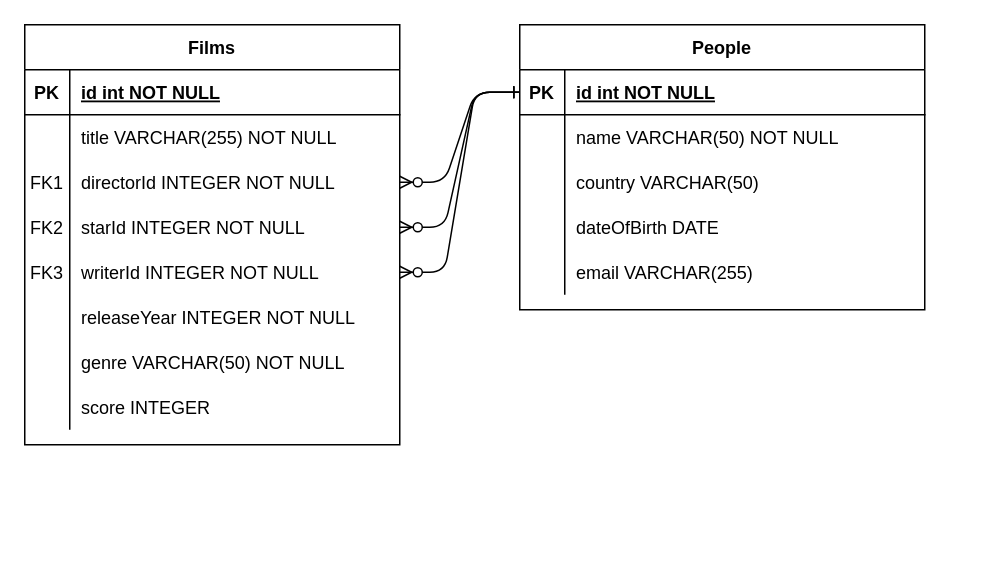
This is extension1/csharp-apis-sql-relations-and-joins.drawio from boolean-uk/csharp-apis-sql-relations-and-joins, a draw.io file, before an edit. Source tidied: cells renumbered, new cells numbered last; positions are measured from the earlier drawing's top-left corner, leaving out a move shared by most shapes. Both pictures are drawn from the tidied source at 150%, with x=0, y=0 at pixel (24, 24).
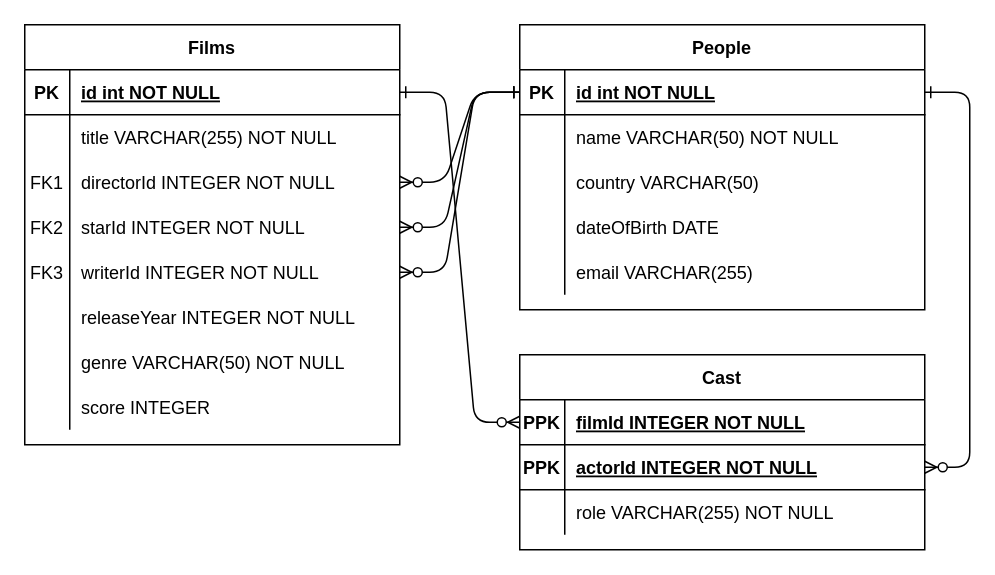
The same page after the edit.

Unchanged cells that the change refers to:
```xml
<mxCell id="5" style="shape=partialRectangle;fillColor=none;points=[[0,0.5],[1,0.5]];portConstraint=eastwest;top=0;left=0;right=0;bottom=1;" parent="4" vertex="1">
  <mxGeometry y="30" width="250" height="30" as="geometry" />
</mxCell>
<mxCell id="30" style="shape=partialRectangle;fillColor=none;points=[[0,0.5],[1,0.5]];portConstraint=eastwest;top=0;left=0;right=0;bottom=1;" parent="29" vertex="1">
  <mxGeometry y="30" width="270" height="30" as="geometry" />
</mxCell>
```

The edit, as a diff of the source:
```diff
@@
+    <mxCell id="46" value="Cast" style="shape=table;startSize=30;childLayout=tableLayout;rowLines=0;fontStyle=1;align=center;" parent="1" vertex="1">
+      <mxGeometry x="330" y="220" width="270" height="130" as="geometry" />
+    </mxCell>
+    <mxCell id="47" style="shape=partialRectangle;fillColor=none;points=[[0,0.5],[1,0.5]];portConstraint=eastwest;top=0;left=0;right=0;bottom=1;" parent="46" vertex="1">
+      <mxGeometry y="30" width="270" height="30" as="geometry" />
+    </mxCell>
+    <mxCell id="48" value="PPK" style="shape=partialRectangle;overflow=hidden;fillColor=none;top=0;left=0;bottom=0;right=0;fontStyle=1;" parent="47" vertex="1">
+      <mxGeometry width="30" height="30" as="geometry" />
+    </mxCell>
+    <mxCell id="49" value="filmId INTEGER NOT NULL " style="shape=partialRectangle;overflow=hidden;fillColor=none;top=0;left=0;bottom=0;right=0;align=left;spacingLeft=6;fontStyle=5;" parent="47" vertex="1">
+      <mxGeometry x="30" width="240" height="30" as="geometry" />
+    </mxCell>
+    <mxCell id="50" style="shape=partialRectangle;fillColor=none;points=[[0,0.5],[1,0.5]];portConstraint=eastwest;top=0;left=0;right=0;bottom=1;" parent="46" vertex="1">
+      <mxGeometry y="60" width="270" height="30" as="geometry" />
+    </mxCell>
+    <mxCell id="51" value="PPK" style="shape=partialRectangle;overflow=hidden;fillColor=none;top=0;left=0;bottom=0;right=0;fontStyle=1;" parent="50" vertex="1">
+      <mxGeometry width="30" height="30" as="geometry" />
+    </mxCell>
+    <mxCell id="52" value="actorId INTEGER NOT NULL" style="shape=partialRectangle;overflow=hidden;fillColor=none;top=0;left=0;bottom=0;right=0;align=left;spacingLeft=6;fontStyle=5;" parent="50" vertex="1">
+      <mxGeometry x="30" width="240" height="30" as="geometry" />
+    </mxCell>
+    <mxCell id="53" style="shape=partialRectangle;fillColor=none;top=0;left=0;right=0;bottom=0;" parent="46" vertex="1">
+      <mxGeometry y="90" width="270" height="30" as="geometry" />
+    </mxCell>
+    <mxCell id="54" style="shape=partialRectangle;overflow=hidden;fillColor=none;top=0;left=0;bottom=0;right=0;" parent="53" vertex="1">
+      <mxGeometry width="30" height="30" as="geometry" />
+    </mxCell>
+    <mxCell id="55" value="role VARCHAR(255) NOT NULL" style="shape=partialRectangle;overflow=hidden;fillColor=none;top=0;left=0;bottom=0;right=0;align=left;spacingLeft=6;" parent="53" vertex="1">
+      <mxGeometry x="30" width="240" height="30" as="geometry" />
+    </mxCell>
+    <mxCell id="56" style="edgeStyle=entityRelationEdgeStyle;endArrow=ERzeroToMany;startArrow=ERone;endFill=1;startFill=0;entryX=0;entryY=0.5;entryDx=0;entryDy=0;exitX=1;exitY=0.5;exitDx=0;exitDy=0;" parent="1" edge="1" source="5" target="47">
+      <mxGeometry relative="1" as="geometry" />
+    </mxCell>
+    <mxCell id="57" style="edgeStyle=entityRelationEdgeStyle;endArrow=ERzeroToMany;startArrow=ERone;endFill=1;startFill=0;entryX=1;entryY=0.5;entryDx=0;entryDy=0;exitX=1;exitY=0.5;exitDx=0;exitDy=0;" parent="1" edge="1" source="30" target="50">
+      <mxGeometry relative="1" as="geometry" />
+    </mxCell>
```
